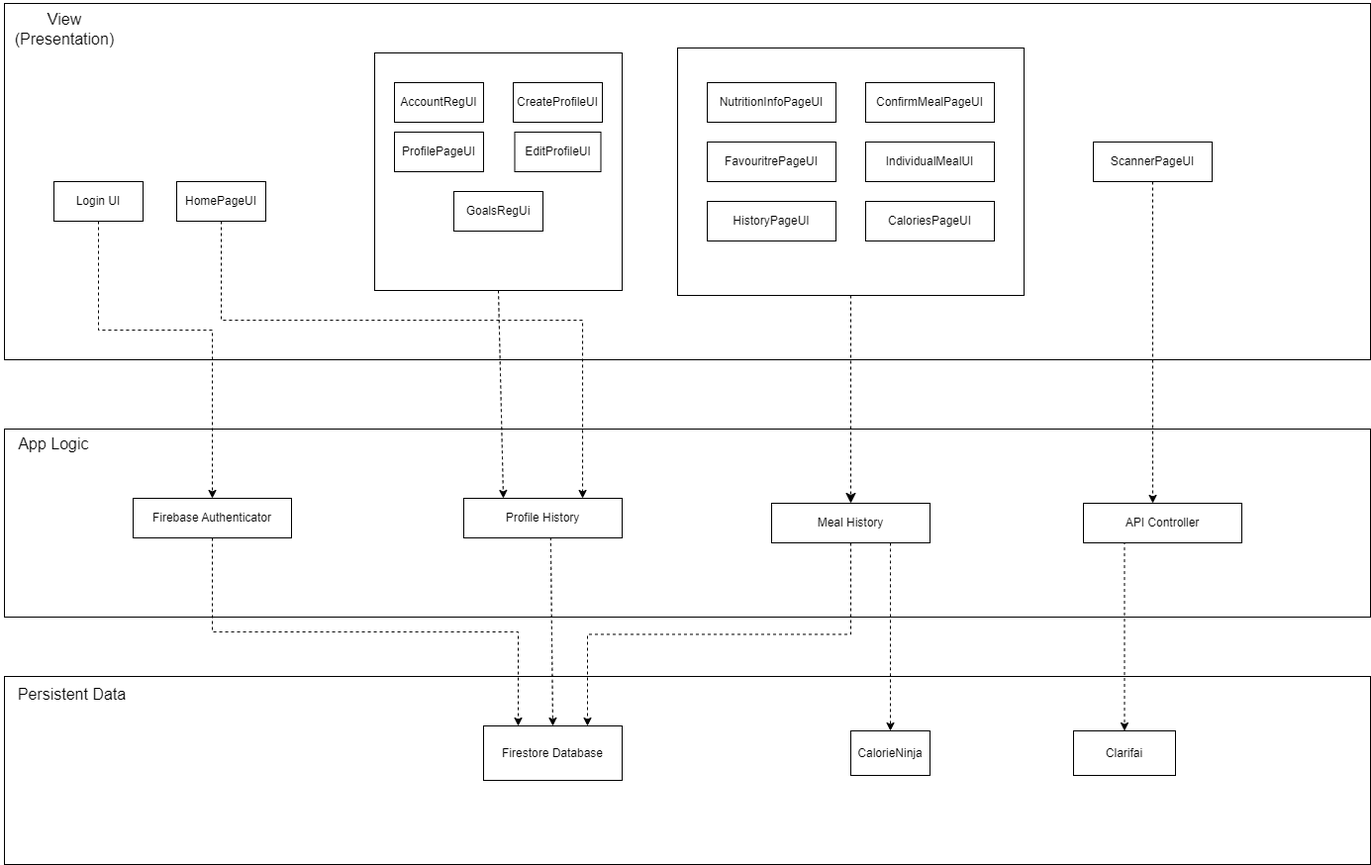
Before: Lab 3/Lab 3 deliverables/System Architecture.png, a diagram exported from draw.io (Russell-0508/Nutri-Vision-Application). Source tidied: cells renumbered, new cells last; positions are measured from the earlier drawing's top-left corner, leaving out a move shared by most shapes. Source of this version:
```xml
<mxGraphModel>
  <root>
    <mxCell id="0" />
    <mxCell id="1" parent="0" />
    <mxCell id="2" style="rounded=0;whiteSpace=wrap;html=1;fillColor=default;" parent="1" vertex="1">
      <mxGeometry x="4" y="433" width="1380" height="190" as="geometry" />
    </mxCell>
    <mxCell id="3" style="rounded=0;whiteSpace=wrap;html=1;fillColor=default;" parent="1" vertex="1">
      <mxGeometry x="4" y="3" width="1380" height="360" as="geometry" />
    </mxCell>
    <mxCell id="4" value="View (Presentation)" style="text;strokeColor=none;fillColor=none;html=1;align=center;verticalAlign=middle;whiteSpace=wrap;rounded=0;fontSize=16;" parent="1" vertex="1">
      <mxGeometry width="130" height="57" as="geometry" />
    </mxCell>
    <mxCell id="5" value="Login UI" style="rounded=0;whiteSpace=wrap;html=1;" parent="1" vertex="1">
      <mxGeometry x="54" y="183" width="90" height="40" as="geometry" />
    </mxCell>
    <mxCell id="6" value="ScannerPageUI" style="rounded=0;whiteSpace=wrap;html=1;" parent="1" vertex="1">
      <mxGeometry x="1104" y="143" width="120" height="40" as="geometry" />
    </mxCell>
    <mxCell id="7" value="HomePageUI" style="rounded=0;whiteSpace=wrap;html=1;" parent="1" vertex="1">
      <mxGeometry x="178" y="183" width="90" height="40" as="geometry" />
    </mxCell>
    <mxCell id="8" value="AccountRegUI&lt;span style=&quot;white-space: pre;&quot;&gt;&#9;&lt;/span&gt;" style="rounded=0;whiteSpace=wrap;html=1;" parent="1" vertex="1">
      <mxGeometry x="398" y="83" width="90" height="40" as="geometry" />
    </mxCell>
    <mxCell id="9" value="CreateProfileUI" style="rounded=0;whiteSpace=wrap;html=1;" parent="1" vertex="1">
      <mxGeometry x="518" y="83" width="90" height="40" as="geometry" />
    </mxCell>
    <mxCell id="10" value="ProfilePageUI" style="rounded=0;whiteSpace=wrap;html=1;" parent="1" vertex="1">
      <mxGeometry x="398" y="133" width="90" height="40" as="geometry" />
    </mxCell>
    <mxCell id="11" value="EditProfileUI" style="rounded=0;whiteSpace=wrap;html=1;" parent="1" vertex="1">
      <mxGeometry x="519.5" y="133" width="87" height="40" as="geometry" />
    </mxCell>
    <mxCell id="12" value="GoalsRegUi" style="rounded=0;whiteSpace=wrap;html=1;" parent="1" vertex="1">
      <mxGeometry x="458" y="193" width="90" height="40" as="geometry" />
    </mxCell>
    <mxCell id="13" style="rounded=0;whiteSpace=wrap;html=1;fillColor=none;" parent="1" vertex="1">
      <mxGeometry x="378" y="53" width="250" height="240" as="geometry" />
    </mxCell>
    <mxCell id="14" value="NutritionInfoPageUI&lt;span style=&quot;white-space: pre;&quot;&gt;&#9;&lt;/span&gt;" style="rounded=0;whiteSpace=wrap;html=1;" parent="1" vertex="1">
      <mxGeometry x="714" y="83" width="130" height="40" as="geometry" />
    </mxCell>
    <mxCell id="15" value="ConfirmMealPageUI" style="rounded=0;whiteSpace=wrap;html=1;" parent="1" vertex="1">
      <mxGeometry x="874" y="83" width="130" height="40" as="geometry" />
    </mxCell>
    <mxCell id="16" value="FavouritrePageUI" style="rounded=0;whiteSpace=wrap;html=1;" parent="1" vertex="1">
      <mxGeometry x="714" y="143" width="130" height="40" as="geometry" />
    </mxCell>
    <mxCell id="17" value="IndividualMealUI" style="rounded=0;whiteSpace=wrap;html=1;" parent="1" vertex="1">
      <mxGeometry x="874" y="143" width="130" height="40" as="geometry" />
    </mxCell>
    <mxCell id="18" value="HistoryPageUI" style="rounded=0;whiteSpace=wrap;html=1;" parent="1" vertex="1">
      <mxGeometry x="714" y="203" width="130" height="40" as="geometry" />
    </mxCell>
    <mxCell id="19" value="CaloriesPageUI" style="rounded=0;whiteSpace=wrap;html=1;" parent="1" vertex="1">
      <mxGeometry x="874" y="203" width="130" height="40" as="geometry" />
    </mxCell>
    <mxCell id="20" style="edgeStyle=orthogonalEdgeStyle;rounded=0;jettySize=auto;html=1;exitX=0.5;exitY=1;exitDx=0;exitDy=0;fontSize=12;startSize=8;endSize=8;dashed=1;" parent="1" edge="1" source="21" target="27">
      <mxGeometry relative="1" as="geometry" />
    </mxCell>
    <mxCell id="21" style="rounded=0;whiteSpace=wrap;html=1;fillColor=none;" parent="1" vertex="1">
      <mxGeometry x="684" y="48" width="350" height="250" as="geometry" />
    </mxCell>
    <mxCell id="22" style="edgeStyle=none;curved=1;rounded=0;orthogonalLoop=1;jettySize=auto;html=1;exitX=0.5;exitY=1;exitDx=0;exitDy=0;fontSize=12;startSize=8;endSize=8;" parent="1" edge="1" source="7" target="7">
      <mxGeometry relative="1" as="geometry" />
    </mxCell>
    <mxCell id="23" value="App Logic" style="text;strokeColor=none;fillColor=none;html=1;align=center;verticalAlign=middle;whiteSpace=wrap;rounded=0;fontSize=16;" parent="1" vertex="1">
      <mxGeometry x="4" y="433" width="100" height="30" as="geometry" />
    </mxCell>
    <mxCell id="24" value="Firebase Authenticator" style="rounded=0;whiteSpace=wrap;html=1;" parent="1" vertex="1">
      <mxGeometry x="134" y="503" width="160" height="40" as="geometry" />
    </mxCell>
    <mxCell id="25" value="API Controller" style="rounded=0;whiteSpace=wrap;html=1;" parent="1" vertex="1">
      <mxGeometry x="1094" y="508" width="160" height="40" as="geometry" />
    </mxCell>
    <mxCell id="26" value="Profile History" style="rounded=0;whiteSpace=wrap;html=1;" parent="1" vertex="1">
      <mxGeometry x="468" y="503" width="160" height="40" as="geometry" />
    </mxCell>
    <mxCell id="27" value="Meal History" style="rounded=0;whiteSpace=wrap;html=1;" parent="1" vertex="1">
      <mxGeometry x="779" y="508" width="160" height="40" as="geometry" />
    </mxCell>
    <mxCell id="28" style="html=1;labelBackgroundColor=#ffffff;startArrow=none;startFill=0;startSize=6;endArrow=classic;endFill=1;endSize=6;jettySize=auto;strokeWidth=1;dashed=1;fontSize=14;rounded=0;entryX=0.5;entryY=0;entryDx=0;entryDy=0;exitX=0.5;exitY=1;exitDx=0;exitDy=0;edgeStyle=orthogonalEdgeStyle;" parent="1" edge="1" source="5" target="24">
      <mxGeometry relative="1" as="geometry">
        <Array as="points">
          <mxPoint x="99" y="333" />
          <mxPoint x="214" y="333" />
        </Array>
      </mxGeometry>
    </mxCell>
    <mxCell id="29" style="html=1;labelBackgroundColor=#ffffff;startArrow=none;startFill=0;startSize=6;endArrow=classic;endFill=1;endSize=6;jettySize=auto;strokeWidth=1;dashed=1;fontSize=14;rounded=0;exitX=0.5;exitY=1;exitDx=0;exitDy=0;edgeStyle=orthogonalEdgeStyle;" parent="1" edge="1" source="7" target="26">
      <mxGeometry relative="1" as="geometry">
        <Array as="points">
          <mxPoint x="223" y="323" />
          <mxPoint x="588" y="323" />
        </Array>
      </mxGeometry>
    </mxCell>
    <mxCell id="30" style="html=1;labelBackgroundColor=#ffffff;startArrow=none;startFill=0;startSize=6;endArrow=classic;endFill=1;endSize=6;jettySize=auto;strokeWidth=1;dashed=1;fontSize=14;rounded=0;exitX=0.5;exitY=1;exitDx=0;exitDy=0;edgeStyle=orthogonalEdgeStyle;" parent="1" edge="1" source="6">
      <mxGeometry relative="1" as="geometry">
        <mxPoint x="1164" y="508" as="targetPoint" />
        <Array as="points">
          <mxPoint x="1164" y="508" />
        </Array>
      </mxGeometry>
    </mxCell>
    <mxCell id="31" style="html=1;labelBackgroundColor=#ffffff;startArrow=none;startFill=0;startSize=6;endArrow=classic;endFill=1;endSize=6;jettySize=auto;strokeWidth=1;dashed=1;fontSize=14;rounded=0;curved=1;entryX=0.25;entryY=0;entryDx=0;entryDy=0;exitX=0.5;exitY=1;exitDx=0;exitDy=0;" parent="1" edge="1" source="13" target="26">
      <mxGeometry relative="1" as="geometry" />
    </mxCell>
    <mxCell id="32" style="rounded=0;whiteSpace=wrap;html=1;fillColor=default;" parent="1" vertex="1">
      <mxGeometry x="4" y="683" width="1380" height="190" as="geometry" />
    </mxCell>
    <mxCell id="33" value="Persistent Data" style="text;strokeColor=none;fillColor=none;html=1;align=center;verticalAlign=middle;whiteSpace=wrap;rounded=0;fontSize=16;" parent="1" vertex="1">
      <mxGeometry x="3" y="686" width="139" height="30" as="geometry" />
    </mxCell>
    <mxCell id="34" value="Firestore Database" style="rounded=0;whiteSpace=wrap;html=1;" parent="1" vertex="1">
      <mxGeometry x="488" y="733" width="140" height="55" as="geometry" />
    </mxCell>
    <mxCell id="35" style="html=1;labelBackgroundColor=#ffffff;startArrow=none;startFill=0;startSize=6;endArrow=classic;endFill=1;endSize=6;jettySize=auto;strokeWidth=1;dashed=1;fontSize=14;rounded=0;entryX=0.25;entryY=0;entryDx=0;entryDy=0;exitX=0.5;exitY=1;exitDx=0;exitDy=0;edgeStyle=orthogonalEdgeStyle;" parent="1" edge="1" source="24" target="34">
      <mxGeometry relative="1" as="geometry" />
    </mxCell>
    <mxCell id="36" style="html=1;labelBackgroundColor=#ffffff;startArrow=none;startFill=0;startSize=6;endArrow=classic;endFill=1;endSize=6;jettySize=auto;strokeWidth=1;dashed=1;fontSize=14;rounded=0;exitX=0.5;exitY=1;exitDx=0;exitDy=0;entryX=0.75;entryY=0;entryDx=0;entryDy=0;edgeStyle=orthogonalEdgeStyle;" parent="1" edge="1" source="27" target="34">
      <mxGeometry relative="1" as="geometry" />
    </mxCell>
    <mxCell id="37" style="html=1;labelBackgroundColor=#ffffff;startArrow=none;startFill=0;startSize=6;endArrow=classic;endFill=1;endSize=6;jettySize=auto;strokeWidth=1;dashed=1;fontSize=14;rounded=0;curved=1;entryX=0.5;entryY=0;entryDx=0;entryDy=0;exitX=0.549;exitY=0.986;exitDx=0;exitDy=0;exitPerimeter=0;" parent="1" edge="1" source="26" target="34">
      <mxGeometry relative="1" as="geometry" />
    </mxCell>
    <mxCell id="38" value="CalorieNinja" style="rounded=0;whiteSpace=wrap;html=1;" parent="1" vertex="1">
      <mxGeometry x="859" y="738" width="80" height="45" as="geometry" />
    </mxCell>
    <mxCell id="39" value="Clarifai" style="rounded=0;whiteSpace=wrap;html=1;" parent="1" vertex="1">
      <mxGeometry x="1084" y="738" width="103" height="45" as="geometry" />
    </mxCell>
    <mxCell id="40" style="html=1;labelBackgroundColor=#ffffff;startArrow=none;startFill=0;startSize=6;endArrow=classic;endFill=1;endSize=6;jettySize=auto;strokeWidth=1;dashed=1;fontSize=14;rounded=0;entryX=0.5;entryY=0;entryDx=0;entryDy=0;exitX=0.25;exitY=1;exitDx=0;exitDy=0;edgeStyle=orthogonalEdgeStyle;" parent="1" edge="1" source="25" target="39">
      <mxGeometry relative="1" as="geometry">
        <Array as="points">
          <mxPoint x="1136" y="548" />
        </Array>
      </mxGeometry>
    </mxCell>
    <mxCell id="41" style="html=1;labelBackgroundColor=#ffffff;startArrow=none;startFill=0;startSize=6;endArrow=classic;endFill=1;endSize=6;jettySize=auto;strokeWidth=1;dashed=1;fontSize=14;rounded=0;curved=1;entryX=0.5;entryY=0;entryDx=0;entryDy=0;exitX=0.75;exitY=1;exitDx=0;exitDy=0;" parent="1" edge="1" source="27" target="38">
      <mxGeometry relative="1" as="geometry" />
    </mxCell>
  </root>
</mxGraphModel>
```
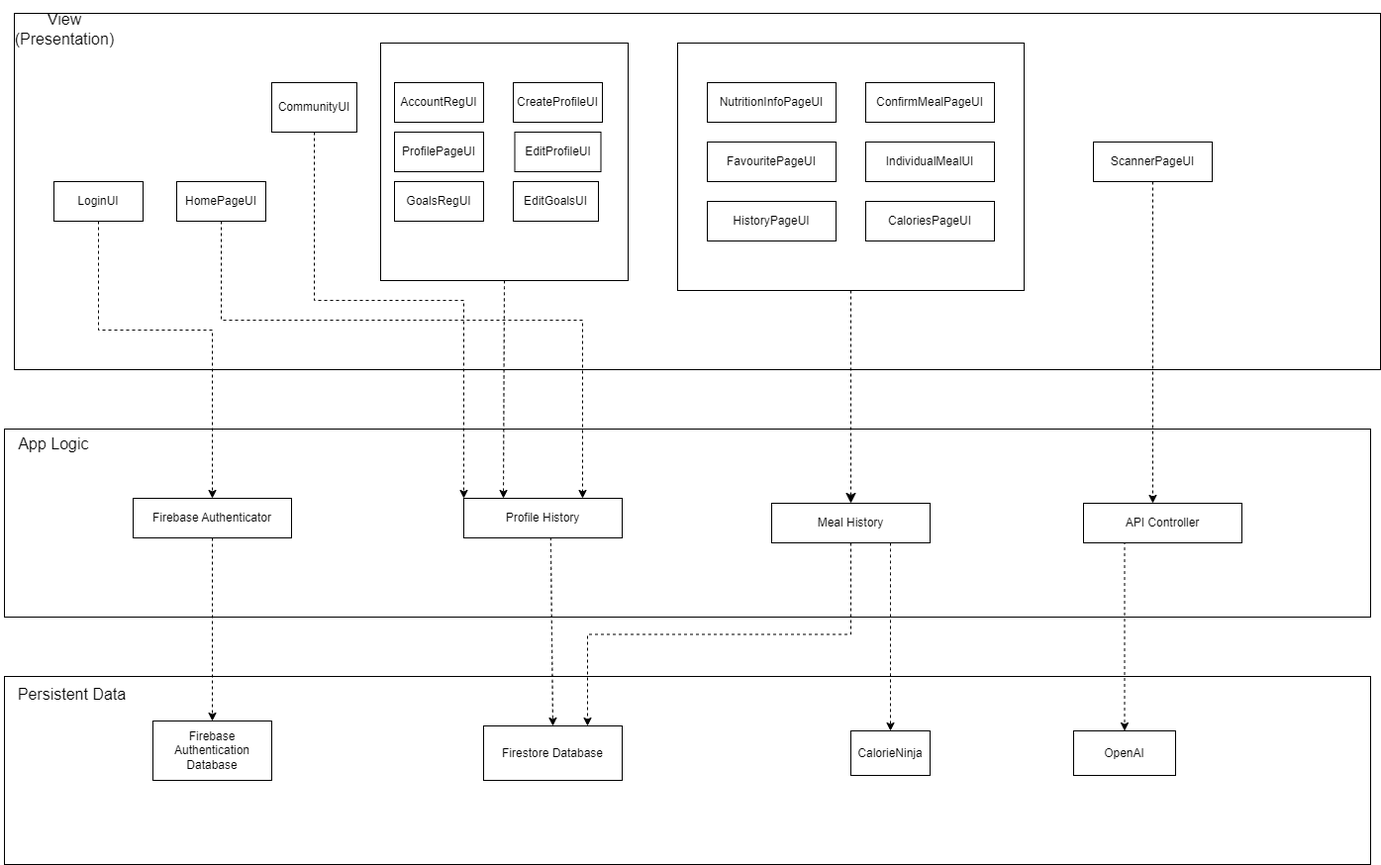
Above is the later version.

Commit message:
update to System Architecture

Diff of the diagram source:
```diff
@@ -6,12 +6,12 @@
       <mxGeometry x="4" y="433" width="1380" height="190" as="geometry" />
     </mxCell>
     <mxCell id="3" style="rounded=0;whiteSpace=wrap;html=1;fillColor=default;" parent="1" vertex="1">
-      <mxGeometry x="4" y="3" width="1380" height="360" as="geometry" />
+      <mxGeometry x="14" y="13" width="1380" height="360" as="geometry" />
     </mxCell>
     <mxCell id="4" value="View (Presentation)" style="text;strokeColor=none;fillColor=none;html=1;align=center;verticalAlign=middle;whiteSpace=wrap;rounded=0;fontSize=16;" parent="1" vertex="1">
       <mxGeometry width="130" height="57" as="geometry" />
     </mxCell>
-    <mxCell id="5" value="Login UI" style="rounded=0;whiteSpace=wrap;html=1;" parent="1" vertex="1">
+    <mxCell id="5" value="LoginUI" style="rounded=0;whiteSpace=wrap;html=1;" parent="1" vertex="1">
       <mxGeometry x="54" y="183" width="90" height="40" as="geometry" />
     </mxCell>
     <mxCell id="6" value="ScannerPageUI" style="rounded=0;whiteSpace=wrap;html=1;" parent="1" vertex="1">
@@ -32,11 +32,11 @@
     <mxCell id="11" value="EditProfileUI" style="rounded=0;whiteSpace=wrap;html=1;" parent="1" vertex="1">
       <mxGeometry x="519.5" y="133" width="87" height="40" as="geometry" />
     </mxCell>
-    <mxCell id="12" value="GoalsRegUi" style="rounded=0;whiteSpace=wrap;html=1;" parent="1" vertex="1">
-      <mxGeometry x="458" y="193" width="90" height="40" as="geometry" />
+    <mxCell id="12" value="GoalsRegUI" style="rounded=0;whiteSpace=wrap;html=1;" parent="1" vertex="1">
+      <mxGeometry x="398" y="183" width="90" height="40" as="geometry" />
     </mxCell>
     <mxCell id="13" style="rounded=0;whiteSpace=wrap;html=1;fillColor=none;" parent="1" vertex="1">
-      <mxGeometry x="378" y="53" width="250" height="240" as="geometry" />
+      <mxGeometry x="384" y="43" width="250" height="240" as="geometry" />
     </mxCell>
     <mxCell id="14" value="NutritionInfoPageUI&lt;span style=&quot;white-space: pre;&quot;&gt;&#9;&lt;/span&gt;" style="rounded=0;whiteSpace=wrap;html=1;" parent="1" vertex="1">
       <mxGeometry x="714" y="83" width="130" height="40" as="geometry" />
@@ -44,7 +44,7 @@
     <mxCell id="15" value="ConfirmMealPageUI" style="rounded=0;whiteSpace=wrap;html=1;" parent="1" vertex="1">
       <mxGeometry x="874" y="83" width="130" height="40" as="geometry" />
     </mxCell>
-    <mxCell id="16" value="FavouritrePageUI" style="rounded=0;whiteSpace=wrap;html=1;" parent="1" vertex="1">
+    <mxCell id="16" value="FavouritePageUI" style="rounded=0;whiteSpace=wrap;html=1;" parent="1" vertex="1">
       <mxGeometry x="714" y="143" width="130" height="40" as="geometry" />
     </mxCell>
     <mxCell id="17" value="IndividualMealUI" style="rounded=0;whiteSpace=wrap;html=1;" parent="1" vertex="1">
@@ -60,7 +60,7 @@
       <mxGeometry relative="1" as="geometry" />
     </mxCell>
     <mxCell id="21" style="rounded=0;whiteSpace=wrap;html=1;fillColor=none;" parent="1" vertex="1">
-      <mxGeometry x="684" y="48" width="350" height="250" as="geometry" />
+      <mxGeometry x="684" y="43" width="350" height="250" as="geometry" />
     </mxCell>
     <mxCell id="22" style="edgeStyle=none;curved=1;rounded=0;orthogonalLoop=1;jettySize=auto;html=1;exitX=0.5;exitY=1;exitDx=0;exitDy=0;fontSize=12;startSize=8;endSize=8;" parent="1" edge="1" source="7" target="7">
       <mxGeometry relative="1" as="geometry" />
@@ -116,7 +116,7 @@
     <mxCell id="34" value="Firestore Database" style="rounded=0;whiteSpace=wrap;html=1;" parent="1" vertex="1">
       <mxGeometry x="488" y="733" width="140" height="55" as="geometry" />
     </mxCell>
-    <mxCell id="35" style="html=1;labelBackgroundColor=#ffffff;startArrow=none;startFill=0;startSize=6;endArrow=classic;endFill=1;endSize=6;jettySize=auto;strokeWidth=1;dashed=1;fontSize=14;rounded=0;entryX=0.25;entryY=0;entryDx=0;entryDy=0;exitX=0.5;exitY=1;exitDx=0;exitDy=0;edgeStyle=orthogonalEdgeStyle;" parent="1" edge="1" source="24" target="34">
+    <mxCell id="35" style="html=1;labelBackgroundColor=#ffffff;startArrow=none;startFill=0;startSize=6;endArrow=classic;endFill=1;endSize=6;jettySize=auto;strokeWidth=1;dashed=1;fontSize=14;rounded=0;entryX=0.5;entryY=0;entryDx=0;entryDy=0;exitX=0.5;exitY=1;exitDx=0;exitDy=0;edgeStyle=orthogonalEdgeStyle;" parent="1" edge="1" source="24" target="45">
       <mxGeometry relative="1" as="geometry" />
     </mxCell>
     <mxCell id="36" style="html=1;labelBackgroundColor=#ffffff;startArrow=none;startFill=0;startSize=6;endArrow=classic;endFill=1;endSize=6;jettySize=auto;strokeWidth=1;dashed=1;fontSize=14;rounded=0;exitX=0.5;exitY=1;exitDx=0;exitDy=0;entryX=0.75;entryY=0;entryDx=0;entryDy=0;edgeStyle=orthogonalEdgeStyle;" parent="1" edge="1" source="27" target="34">
@@ -128,7 +128,7 @@
     <mxCell id="38" value="CalorieNinja" style="rounded=0;whiteSpace=wrap;html=1;" parent="1" vertex="1">
       <mxGeometry x="859" y="738" width="80" height="45" as="geometry" />
     </mxCell>
-    <mxCell id="39" value="Clarifai" style="rounded=0;whiteSpace=wrap;html=1;" parent="1" vertex="1">
+    <mxCell id="39" value="OpenAI" style="rounded=0;whiteSpace=wrap;html=1;" parent="1" vertex="1">
       <mxGeometry x="1084" y="738" width="103" height="45" as="geometry" />
     </mxCell>
     <mxCell id="40" style="html=1;labelBackgroundColor=#ffffff;startArrow=none;startFill=0;startSize=6;endArrow=classic;endFill=1;endSize=6;jettySize=auto;strokeWidth=1;dashed=1;fontSize=14;rounded=0;entryX=0.5;entryY=0;entryDx=0;entryDy=0;exitX=0.25;exitY=1;exitDx=0;exitDy=0;edgeStyle=orthogonalEdgeStyle;" parent="1" edge="1" source="25" target="39">
@@ -141,5 +141,22 @@
     <mxCell id="41" style="html=1;labelBackgroundColor=#ffffff;startArrow=none;startFill=0;startSize=6;endArrow=classic;endFill=1;endSize=6;jettySize=auto;strokeWidth=1;dashed=1;fontSize=14;rounded=0;curved=1;entryX=0.5;entryY=0;entryDx=0;entryDy=0;exitX=0.75;exitY=1;exitDx=0;exitDy=0;" parent="1" edge="1" source="27" target="38">
       <mxGeometry relative="1" as="geometry" />
     </mxCell>
+    <mxCell id="42" value="CommunityUI" style="rounded=0;whiteSpace=wrap;html=1;" parent="1" vertex="1">
+      <mxGeometry x="274" y="83" width="86" height="50" as="geometry" />
+    </mxCell>
+    <mxCell id="43" style="endArrow=classic;html=1;rounded=0;entryX=0;entryY=0;entryDx=0;entryDy=0;exitX=0.5;exitY=1;exitDx=0;exitDy=0;edgeStyle=orthogonalEdgeStyle;dashed=1;" parent="1" edge="1" source="42" target="26">
+      <mxGeometry relative="1" as="geometry">
+        <Array as="points">
+          <mxPoint x="317" y="303" />
+          <mxPoint x="468" y="303" />
+        </Array>
+      </mxGeometry>
+    </mxCell>
+    <mxCell id="44" value="EditGoalsUI" style="rounded=0;whiteSpace=wrap;html=1;" parent="1" vertex="1">
+      <mxGeometry x="518" y="183" width="86" height="40" as="geometry" />
+    </mxCell>
+    <mxCell id="45" value="Firebase Authentication Database" style="rounded=0;whiteSpace=wrap;html=1;" parent="1" vertex="1">
+      <mxGeometry x="154" y="728" width="120" height="60" as="geometry" />
+    </mxCell>
   </root>
 </mxGraphModel>
```
